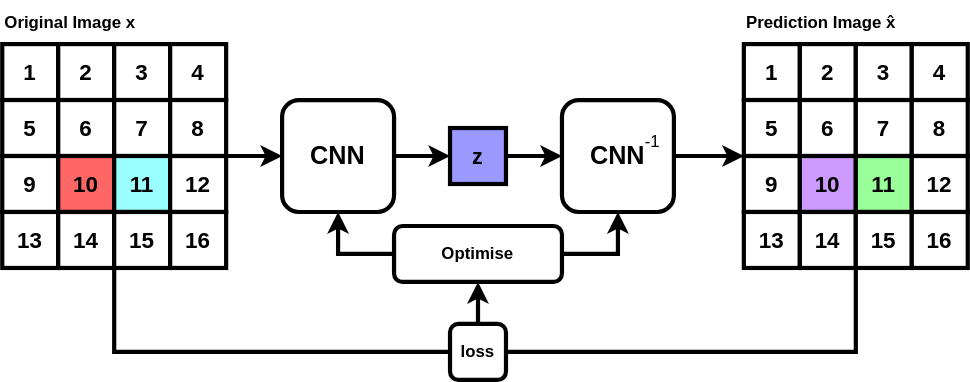
Earlier version of the draw.io export CAE Architecture.svg (yyhtbs-yye/course_images). Source tidied: cells renumbered, new cells last; positions are measured from the earlier drawing's top-left corner, leaving out a move shared by most shapes.
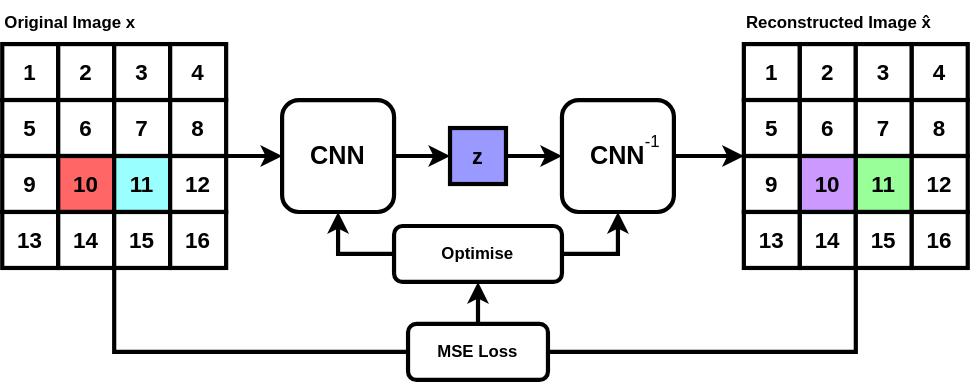
The same diagram one commit later.

Diff of the diagram source:
```diff
@@ -73,8 +73,8 @@
     <mxCell id="24" style="edgeStyle=orthogonalEdgeStyle;rounded=0;jettySize=auto;html=1;exitX=0.5;exitY=0;exitDx=0;exitDy=0;entryX=0.5;entryY=1;entryDx=0;entryDy=0;strokeWidth=3;" parent="1" edge="1" source="25" target="27">
       <mxGeometry relative="1" as="geometry" />
     </mxCell>
-    <mxCell id="25" value="loss" style="rounded=1;whiteSpace=wrap;html=1;fillColor=default;strokeWidth=3;fontStyle=1;" parent="1" vertex="1">
-      <mxGeometry x="320" y="230" width="40" height="40" as="geometry" />
+    <mxCell id="25" value="MSE Loss" style="rounded=1;whiteSpace=wrap;html=1;fillColor=default;strokeWidth=3;fontStyle=1;" parent="1" vertex="1">
+      <mxGeometry x="290" y="230" width="100" height="40" as="geometry" />
     </mxCell>
     <mxCell id="26" style="edgeStyle=orthogonalEdgeStyle;rounded=0;jettySize=auto;html=1;entryX=0.5;entryY=1;entryDx=0;entryDy=0;exitX=0;exitY=0.5;exitDx=0;exitDy=0;strokeWidth=3;" parent="1" edge="1" source="27" target="21">
       <mxGeometry relative="1" as="geometry" />
@@ -142,7 +142,7 @@
     <mxCell id="47" value="16" style="rounded=0;whiteSpace=wrap;html=1;fontSize=16;strokeWidth=3;fontStyle=1;" parent="1" vertex="1">
       <mxGeometry x="650" y="150" width="40" height="40" as="geometry" />
     </mxCell>
-    <mxCell id="48" value="Prediction Image&amp;nbsp;x̂" style="text;html=1;strokeColor=none;fillColor=none;align=left;verticalAlign=middle;whiteSpace=wrap;rounded=0;strokeWidth=3;fontSize=12;fontStyle=1;" parent="1" vertex="1">
+    <mxCell id="48" value="Reconstructed Image&amp;nbsp;x̂" style="text;html=1;strokeColor=none;fillColor=none;align=left;verticalAlign=middle;whiteSpace=wrap;rounded=0;strokeWidth=3;fontSize=12;fontStyle=1;" parent="1" vertex="1">
       <mxGeometry x="530" width="160" height="30" as="geometry" />
     </mxCell>
     <mxCell id="49" style="edgeStyle=orthogonalEdgeStyle;rounded=0;jettySize=auto;html=1;strokeWidth=3;fontSize=18;entryX=0;entryY=0.5;entryDx=0;entryDy=0;exitX=1;exitY=0.5;exitDx=0;exitDy=0;" parent="1" edge="1" source="28">
```
